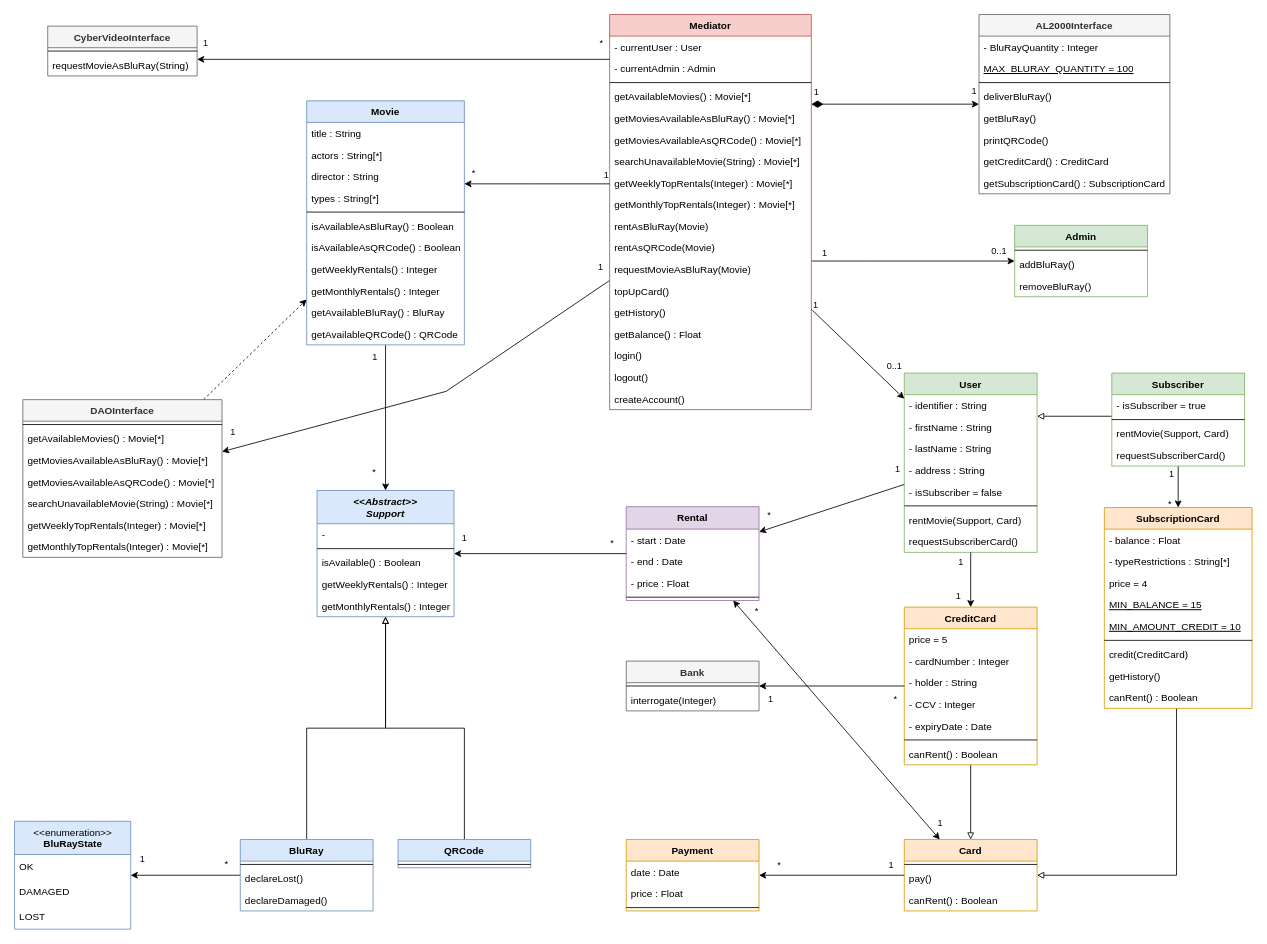
The draw.io diagram page "Class" (1 of 2) of doc/COO_diagram.drawio in David-mrc/ProjetS7, before the edit. Source tidied: cells renumbered, new cells numbered last; positions are measured from the earlier drawing's top-left corner, leaving out a move shared by most shapes. Both pictures are drawn from the tidied source at 83%, with x=0, y=0 at pixel (14, 14).
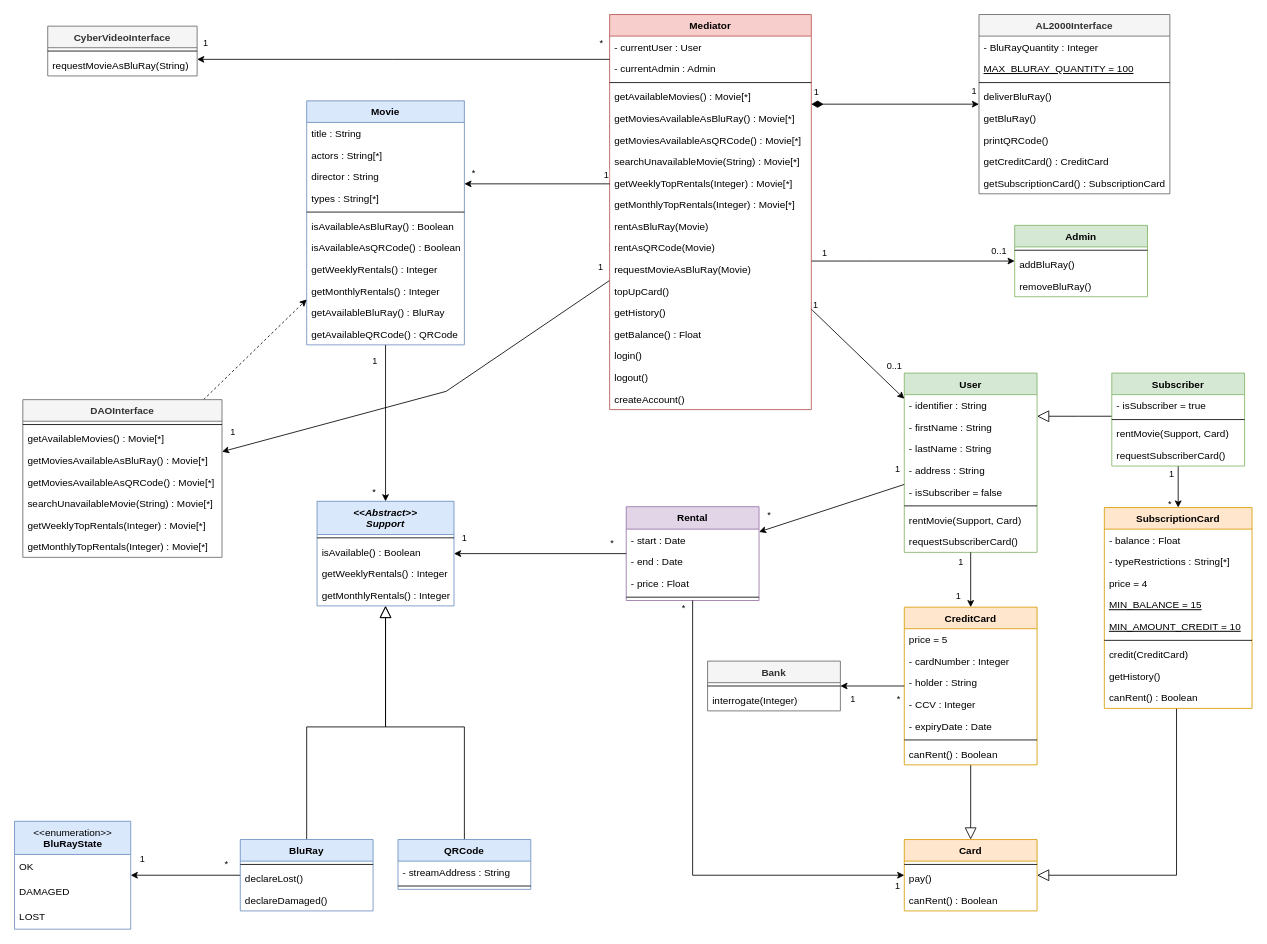
Above is the later version.

Commit message (it also covers changes not shown here):
Update diagramme classe et schéma bd

The change refers to these unchanged cells:
```xml
<mxCell id="27" style="edgeStyle=orthogonalEdgeStyle;rounded=0;jettySize=auto;html=1;endArrow=classic;endFill=1;" parent="1" edge="1" source="33" target="48">
  <mxGeometry relative="1" as="geometry" />
</mxCell>
<mxCell id="58" value="BluRay" style="swimlane;fontStyle=1;align=center;verticalAlign=top;horizontal=1;startSize=26;rounded=0;shadow=0;strokeWidth=1;fillColor=#dae8fc;strokeColor=#6c8ebf;" parent="1" vertex="1">
  <mxGeometry x="272" y="994" width="160" height="86" as="geometry" />
</mxCell>
<mxCell id="71" value="Rental" style="swimlane;fontStyle=1;align=center;verticalAlign=top;horizontal=1;startSize=27;rounded=0;shadow=0;strokeWidth=1;fillColor=#e1d5e7;strokeColor=#9673a6;" parent="1" vertex="1">
  <mxGeometry x="737" y="593" width="160" height="113" as="geometry" />
</mxCell>
<mxCell id="79" value="User" style="swimlane;fontStyle=1;align=center;verticalAlign=top;horizontal=1;startSize=26;rounded=0;shadow=0;strokeWidth=1;fillColor=#d5e8d4;strokeColor=#82b366;" parent="1" vertex="1">
  <mxGeometry x="1072" y="432" width="160" height="216" as="geometry" />
</mxCell>
<mxCell id="92" value="Subscriber" style="swimlane;fontStyle=1;align=center;verticalAlign=top;horizontal=1;startSize=26;rounded=0;shadow=0;strokeWidth=1;fillColor=#d5e8d4;strokeColor=#82b366;" parent="1" vertex="1">
  <mxGeometry x="1322" y="432" width="160" height="112" as="geometry" />
</mxCell>
<mxCell id="101" value="CreditCard" style="swimlane;fontStyle=1;align=center;verticalAlign=top;horizontal=1;startSize=26;rounded=0;shadow=0;strokeWidth=1;fillColor=#ffe6cc;strokeColor=#d79b00;" parent="1" vertex="1">
  <mxGeometry x="1072" y="714" width="160" height="190" as="geometry" />
</mxCell>
<mxCell id="110" value="SubscriptionCard" style="swimlane;fontStyle=1;align=center;verticalAlign=top;horizontal=1;startSize=26;rounded=0;shadow=0;strokeWidth=1;fillColor=#ffe6cc;strokeColor=#d79b00;" parent="1" vertex="1">
  <mxGeometry x="1313" y="594" width="178" height="242" as="geometry" />
</mxCell>
<mxCell id="120" style="edgeStyle=none;rounded=0;jettySize=auto;html=1;" parent="1" edge="1" source="101" target="149">
  <mxGeometry relative="1" as="geometry" />
</mxCell>
<mxCell id="123" value="Card" style="swimlane;fontStyle=1;align=center;verticalAlign=top;horizontal=1;startSize=26;rounded=0;shadow=0;strokeWidth=1;fillColor=#ffe6cc;strokeColor=#d79b00;" parent="1" vertex="1">
  <mxGeometry x="1072" y="994" width="160" height="86" as="geometry" />
</mxCell>
```

What changed in the source:
```diff
@@
     <mxCell id="28" value="*" style="edgeLabel;html=1;align=center;verticalAlign=middle;" parent="27" vertex="1">
       <mxGeometry x="0.13" y="2" relative="1" as="geometry">
-        <mxPoint x="-17" y="53" as="offset" />
+        <mxPoint x="-17" y="69" as="offset" />
       </mxGeometry>
     </mxCell>
@@
     <mxCell id="48" value="&lt;&lt;Abstract&gt;&gt;&#10;Support" style="swimlane;fontStyle=3;align=center;verticalAlign=top;horizontal=1;startSize=40;rounded=0;shadow=0;strokeWidth=1;fillColor=#dae8fc;strokeColor=#6c8ebf;" parent="1" vertex="1">
-      <mxGeometry x="364.5" y="573.5" width="165" height="152" as="geometry" />
+      <mxGeometry x="364.5" y="586.5" width="165" height="126" as="geometry" />
     </mxCell>
-    <mxCell id="49" value="-" style="text;align=left;verticalAlign=top;spacingLeft=4;spacingRight=4;overflow=hidden;" parent="48" vertex="1">
-      <mxGeometry y="40" width="165" height="26" as="geometry" />
-    </mxCell>
     <mxCell id="50" style="line;html=1;strokeWidth=1;align=left;verticalAlign=middle;spacingTop=-1;spacingLeft=3;spacingRight=3;labelPosition=right;" parent="48" vertex="1">
-      <mxGeometry y="66" width="165" height="8" as="geometry" />
+      <mxGeometry y="40" width="165" height="8" as="geometry" />
     </mxCell>
     <mxCell id="51" value="isAvailable() : Boolean" style="text;align=left;verticalAlign=top;spacingLeft=4;spacingRight=4;overflow=hidden;fontStyle=0;" parent="48" vertex="1">
-      <mxGeometry y="74" width="165" height="26" as="geometry" />
+      <mxGeometry y="48" width="165" height="26" as="geometry" />
     </mxCell>
     <mxCell id="52" value="getWeeklyRentals() : Integer" style="text;align=left;verticalAlign=top;spacingLeft=4;spacingRight=4;overflow=hidden;fontStyle=0;" parent="48" vertex="1">
-      <mxGeometry y="100" width="165" height="26" as="geometry" />
+      <mxGeometry y="74" width="165" height="26" as="geometry" />
     </mxCell>
     <mxCell id="53" value="getMonthlyRentals() : Integer" style="text;align=left;verticalAlign=top;spacingLeft=4;spacingRight=4;overflow=hidden;fontStyle=0;" parent="48" vertex="1">
-      <mxGeometry y="126" width="165" height="26" as="geometry" />
+      <mxGeometry y="100" width="165" height="26" as="geometry" />
     </mxCell>
-    <mxCell id="54" style="edgeStyle=orthogonalEdgeStyle;rounded=0;jettySize=auto;html=1;endArrow=block;endFill=0;" parent="1" edge="1" source="58" target="48">
+    <mxCell id="54" style="edgeStyle=orthogonalEdgeStyle;rounded=0;jettySize=auto;html=1;endArrow=block;endFill=0;endSize=12;" parent="1" edge="1" source="58" target="48">
       <mxGeometry relative="1" as="geometry" />
     </mxCell>
@@
-    <mxCell id="62" style="edgeStyle=orthogonalEdgeStyle;rounded=0;jettySize=auto;html=1;endArrow=block;endFill=0;" parent="1" edge="1" source="63" target="48">
+    <mxCell id="62" style="edgeStyle=orthogonalEdgeStyle;rounded=0;jettySize=auto;html=1;endArrow=block;endFill=0;endSize=12;" parent="1" edge="1" source="63" target="48">
       <mxGeometry relative="1" as="geometry" />
     </mxCell>
     <mxCell id="63" value="QRCode" style="swimlane;fontStyle=1;align=center;verticalAlign=top;horizontal=1;startSize=26;rounded=0;shadow=0;strokeWidth=1;fillColor=#dae8fc;strokeColor=#6c8ebf;" parent="1" vertex="1">
-      <mxGeometry x="462" y="994" width="160" height="34" as="geometry" />
+      <mxGeometry x="462" y="994" width="160" height="60" as="geometry" />
     </mxCell>
+    <mxCell id="172" value="- streamAddress : String" style="text;align=left;verticalAlign=top;spacingLeft=4;spacingRight=4;overflow=hidden;fontStyle=0;" parent="63" vertex="1">
+      <mxGeometry y="26" width="160" height="26" as="geometry" />
+    </mxCell>
     <mxCell id="64" style="line;html=1;strokeWidth=1;align=left;verticalAlign=middle;spacingTop=-1;spacingLeft=3;spacingRight=3;labelPosition=right;" parent="63" vertex="1">
-      <mxGeometry y="26" width="160" height="8" as="geometry" />
+      <mxGeometry y="52" width="160" height="8" as="geometry" />
     </mxCell>
@@
-    <mxCell id="68" style="edgeStyle=none;rounded=0;jettySize=auto;html=1;endArrow=classic;endFill=1;startArrow=classic;startFill=1;" parent="1" edge="1" source="71" target="123">
-      <mxGeometry relative="1" as="geometry" />
-    </mxCell>
-    <mxCell id="69" value="1" style="edgeLabel;html=1;align=center;verticalAlign=middle;" parent="68" vertex="1">
-      <mxGeometry x="0.51" relative="1" as="geometry">
-        <mxPoint x="61" y="50" as="offset" />
-      </mxGeometry>
-    </mxCell>
-    <mxCell id="70" value="*" style="edgeLabel;html=1;align=center;verticalAlign=middle;" parent="68" vertex="1">
-      <mxGeometry x="-0.66" y="1" relative="1" as="geometry">
-        <mxPoint x="-16" y="-36" as="offset" />
-      </mxGeometry>
-    </mxCell>
@@
-    <mxCell id="88" style="edgeStyle=orthogonalEdgeStyle;rounded=0;jettySize=auto;html=1;endArrow=block;endFill=0;" parent="1" edge="1" source="92" target="79">
+    <mxCell id="88" style="edgeStyle=orthogonalEdgeStyle;rounded=0;jettySize=auto;html=1;endArrow=block;endFill=0;endSize=12;" parent="1" edge="1" source="92" target="79">
       <mxGeometry relative="1" as="geometry">
         <Array as="points">
           <mxPoint x="1282" y="484" />
           <mxPoint x="1282" y="484" />
         </Array>
       </mxGeometry>
     </mxCell>
@@
-    <mxCell id="100" style="rounded=0;jettySize=auto;html=1;startArrow=none;startFill=0;endArrow=block;endFill=0;" parent="1" edge="1" source="101" target="123">
+    <mxCell id="100" style="rounded=0;jettySize=auto;html=1;startArrow=none;startFill=0;endArrow=block;endFill=0;endSize=12;" parent="1" edge="1" source="101" target="123">
       <mxGeometry relative="1" as="geometry" />
     </mxCell>
@@
-    <mxCell id="109" style="edgeStyle=orthogonalEdgeStyle;rounded=0;jettySize=auto;html=1;startArrow=none;startFill=0;endArrow=block;endFill=0;" parent="1" edge="1" source="110" target="123">
+    <mxCell id="109" style="edgeStyle=orthogonalEdgeStyle;rounded=0;jettySize=auto;html=1;startArrow=none;startFill=0;endArrow=block;endFill=0;endSize=12;" parent="1" edge="1" source="110" target="123">
       <mxGeometry relative="1" as="geometry">
         <Array as="points">
           <mxPoint x="1400" y="1037" />
         </Array>
       </mxGeometry>
     </mxCell>
@@
     <mxCell id="121" value="1" style="edgeLabel;html=1;align=center;verticalAlign=middle;" parent="120" vertex="1">
       <mxGeometry x="0.52" y="-4" relative="1" as="geometry">
-        <mxPoint x="-29" y="19" as="offset" />
+        <mxPoint x="-4" y="19" as="offset" />
       </mxGeometry>
     </mxCell>
     <mxCell id="122" value="*" style="edgeLabel;html=1;align=center;verticalAlign=middle;" parent="120" vertex="1">
       <mxGeometry x="-0.1" y="5" relative="1" as="geometry">
-        <mxPoint x="67" y="10" as="offset" />
+        <mxPoint x="27" y="10" as="offset" />
       </mxGeometry>
     </mxCell>
@@
-    <mxCell id="145" value="Payment" style="swimlane;fontStyle=1;align=center;verticalAlign=top;horizontal=1;startSize=26;rounded=0;shadow=0;strokeWidth=1;fillColor=#ffe6cc;strokeColor=#d79b00;" parent="1" vertex="1">
-      <mxGeometry x="737" y="994" width="160" height="86" as="geometry" />
-    </mxCell>
-    <mxCell id="146" value="date : Date" style="text;align=left;verticalAlign=top;spacingLeft=4;spacingRight=4;overflow=hidden;" parent="145" vertex="1">
-      <mxGeometry y="26" width="160" height="26" as="geometry" />
-    </mxCell>
-    <mxCell id="147" value="price : Float" style="text;align=left;verticalAlign=top;spacingLeft=4;spacingRight=4;overflow=hidden;" parent="145" vertex="1">
-      <mxGeometry y="52" width="160" height="26" as="geometry" />
-    </mxCell>
-    <mxCell id="148" style="line;html=1;strokeWidth=1;align=left;verticalAlign=middle;spacingTop=-1;spacingLeft=3;spacingRight=3;labelPosition=right;" parent="145" vertex="1">
-      <mxGeometry y="78" width="160" height="8" as="geometry" />
-    </mxCell>
     <mxCell id="149" value="Bank" style="swimlane;fontStyle=1;align=center;verticalAlign=top;horizontal=1;startSize=26;rounded=0;shadow=0;strokeWidth=1;fillColor=#f5f5f5;fontColor=#333333;strokeColor=#666666;" parent="1" vertex="1">
-      <mxGeometry x="737" y="779" width="160" height="60" as="geometry" />
+      <mxGeometry x="835" y="779" width="160" height="60" as="geometry" />
     </mxCell>
@@
-    <mxCell id="152" style="edgeStyle=none;rounded=0;jettySize=auto;html=1;startArrow=none;startFill=0;endArrow=classic;endFill=1;" parent="1" edge="1" source="123" target="145">
+    <mxCell id="152" style="edgeStyle=orthogonalEdgeStyle;rounded=0;jettySize=auto;html=1;startArrow=classic;startFill=1;endArrow=none;endFill=0;" parent="1" edge="1" source="123" target="71">
       <mxGeometry relative="1" as="geometry" />
     </mxCell>
     <mxCell id="153" value="*" style="edgeLabel;html=1;align=center;verticalAlign=middle;" parent="152" vertex="1">
       <mxGeometry x="-0.09" y="2" relative="1" as="geometry">
-        <mxPoint x="-72" y="-15" as="offset" />
+        <mxPoint x="-10" y="-311" as="offset" />
       </mxGeometry>
     </mxCell>
     <mxCell id="154" value="1" style="edgeLabel;html=1;align=center;verticalAlign=middle;" parent="152" vertex="1">
       <mxGeometry x="-0.52" y="1" relative="1" as="geometry">
-        <mxPoint x="25" y="-14" as="offset" />
+        <mxPoint x="132" y="11" as="offset" />
       </mxGeometry>
     </mxCell>
```
